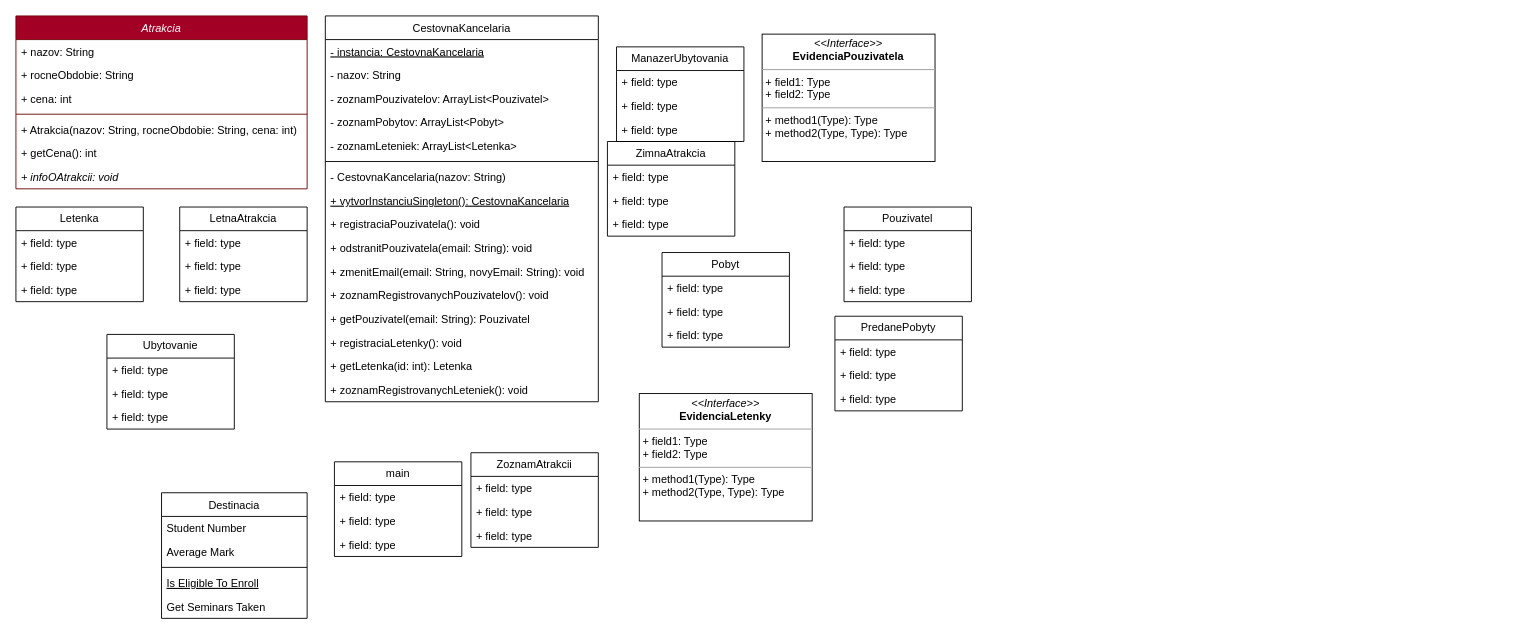
Above: src/zadanie/Cestovna_kancelaria.drawio in Marek243-sk/ZadanieANIS2 (draw.io), before the change. Source tidied: cells renumbered, new cells numbered last; positions are measured from the earlier drawing's top-left corner, leaving out a move shared by most shapes. Both pictures are drawn from the tidied source at 91%, with x=0, y=0 at pixel (15, 15).
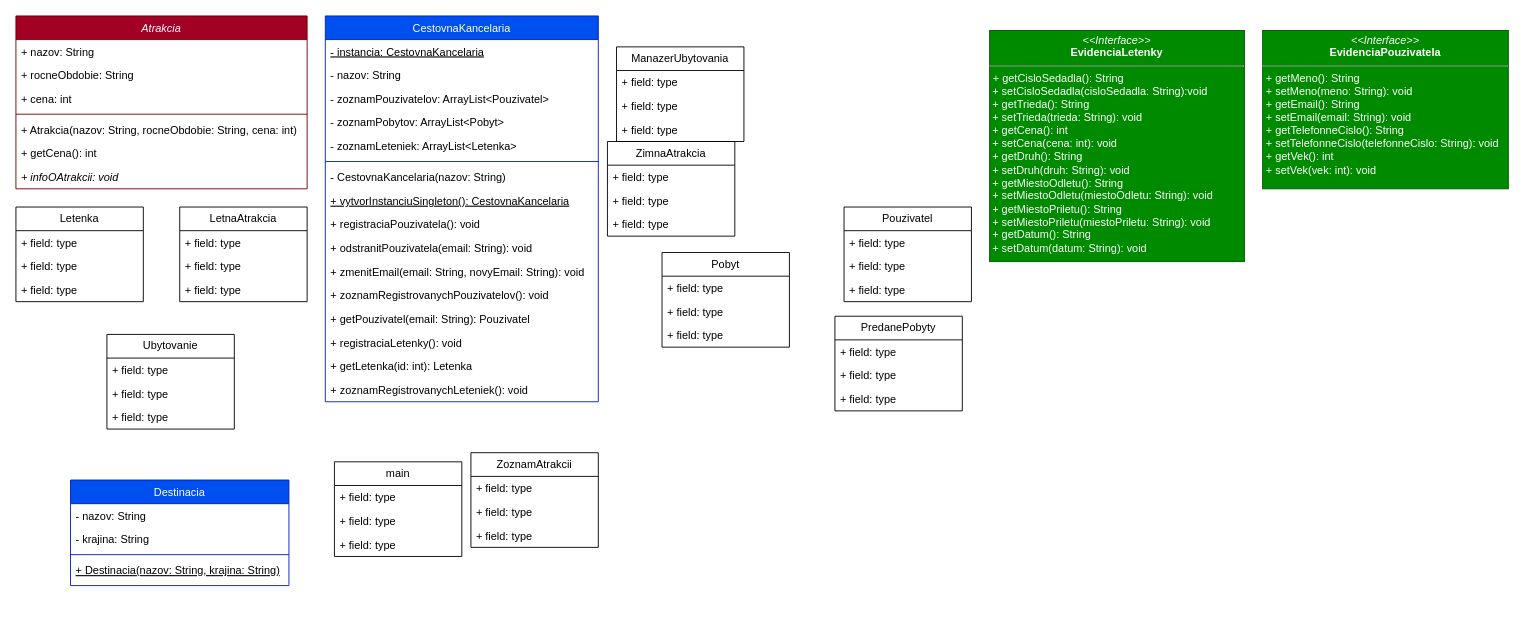
The same diagram, later.

Change to the diagram source:
```diff
@@
-    <mxCell id="10" value="Destinacia" style="swimlane;fontStyle=0;align=center;verticalAlign=top;horizontal=1;startSize=26;rounded=0;shadow=0;strokeWidth=1;" parent="1" vertex="1">
-      <mxGeometry x="160" y="524" width="160" height="138" as="geometry" />
+    <mxCell id="10" value="Destinacia" style="swimlane;fontStyle=0;align=center;verticalAlign=top;horizontal=1;startSize=26;rounded=0;shadow=0;strokeWidth=1;fillColor=#0050ef;fontColor=#ffffff;strokeColor=#001DBC;" parent="1" vertex="1">
+      <mxGeometry x="60" y="510" width="240" height="116" as="geometry" />
     </mxCell>
-    <mxCell id="11" value="Student Number" style="text;align=left;verticalAlign=top;spacingLeft=4;spacingRight=4;overflow=hidden;" parent="10" vertex="1">
-      <mxGeometry y="26" width="160" height="26" as="geometry" />
+    <mxCell id="11" value="- nazov: String" style="text;align=left;verticalAlign=top;spacingLeft=4;spacingRight=4;overflow=hidden;" parent="10" vertex="1">
+      <mxGeometry y="26" width="240" height="26" as="geometry" />
     </mxCell>
-    <mxCell id="12" value="Average Mark" style="text;align=left;verticalAlign=top;spacingLeft=4;spacingRight=4;overflow=hidden;rounded=0;shadow=0;html=0;" parent="10" vertex="1">
-      <mxGeometry y="52" width="160" height="26" as="geometry" />
+    <mxCell id="12" value="- krajina: String" style="text;align=left;verticalAlign=top;spacingLeft=4;spacingRight=4;overflow=hidden;rounded=0;shadow=0;html=0;" parent="10" vertex="1">
+      <mxGeometry y="52" width="240" height="26" as="geometry" />
     </mxCell>
-    <mxCell id="13" style="line;html=1;strokeWidth=1;align=left;verticalAlign=middle;spacingTop=-1;spacingLeft=3;spacingRight=3;labelPosition=right;" parent="10" vertex="1">
-      <mxGeometry y="78" width="160" height="8" as="geometry" />
+    <mxCell id="13" style="line;html=1;strokeWidth=1;align=left;verticalAlign=middle;spacingTop=-1;spacingLeft=3;spacingRight=3;labelPosition=right;fillColor=#0050ef;fontColor=#ffffff;strokeColor=#001DBC;" parent="10" vertex="1">
+      <mxGeometry y="78" width="240" height="8" as="geometry" />
     </mxCell>
-    <mxCell id="14" value="Is Eligible To Enroll" style="text;align=left;verticalAlign=top;spacingLeft=4;spacingRight=4;overflow=hidden;fontStyle=4;" parent="10" vertex="1">
-      <mxGeometry y="86" width="160" height="26" as="geometry" />
+    <mxCell id="14" value="+ Destinacia(nazov: String, krajina: String)" style="text;align=left;verticalAlign=top;spacingLeft=4;spacingRight=4;overflow=hidden;fontStyle=4;" parent="10" vertex="1">
+      <mxGeometry y="86" width="240" height="26" as="geometry" />
     </mxCell>
-    <mxCell id="15" value="Get Seminars Taken" style="text;align=left;verticalAlign=top;spacingLeft=4;spacingRight=4;overflow=hidden;" parent="10" vertex="1">
-      <mxGeometry y="112" width="160" height="26" as="geometry" />
-    </mxCell>
-    <mxCell id="16" value="CestovnaKancelaria" style="swimlane;fontStyle=0;align=center;verticalAlign=top;horizontal=1;startSize=26;rounded=0;shadow=0;strokeWidth=1;" parent="1" vertex="1">
+    <mxCell id="16" value="CestovnaKancelaria" style="swimlane;fontStyle=0;align=center;verticalAlign=top;horizontal=1;startSize=26;rounded=0;shadow=0;strokeWidth=1;fillColor=#0050ef;fontColor=#ffffff;strokeColor=#001DBC;" parent="1" vertex="1">
       <mxGeometry x="340" width="300" height="424" as="geometry" />
     </mxCell>
@@
-    <mxCell id="22" style="line;html=1;strokeWidth=1;align=left;verticalAlign=middle;spacingTop=-1;spacingLeft=3;spacingRight=3;labelPosition=right;" parent="16" vertex="1">
+    <mxCell id="22" style="line;html=1;strokeWidth=1;align=left;verticalAlign=middle;spacingTop=-1;spacingLeft=3;spacingRight=3;labelPosition=right;fillColor=#0050ef;fontColor=#ffffff;strokeColor=#001DBC;" parent="16" vertex="1">
       <mxGeometry y="156" width="300" height="8" as="geometry" />
     </mxCell>
@@
-    <mxCell id="33" value="&lt;p style=&quot;margin:0px;margin-top:4px;text-align:center;&quot;&gt;&lt;i&gt;&amp;lt;&amp;lt;Interface&amp;gt;&amp;gt;&lt;/i&gt;&lt;br&gt;&lt;b&gt;EvidenciaLetenky&lt;/b&gt;&lt;/p&gt;&lt;hr size=&quot;1&quot;&gt;&lt;p style=&quot;margin:0px;margin-left:4px;&quot;&gt;+ field1: Type&lt;br&gt;+ field2: Type&lt;/p&gt;&lt;hr size=&quot;1&quot;&gt;&lt;p style=&quot;margin:0px;margin-left:4px;&quot;&gt;+ method1(Type): Type&lt;br&gt;+ method2(Type, Type): Type&lt;/p&gt;" style="verticalAlign=top;align=left;overflow=fill;fontSize=12;fontFamily=Helvetica;html=1;whiteSpace=wrap;" parent="1" vertex="1">
-      <mxGeometry x="685" y="415" width="190" height="140" as="geometry" />
+    <mxCell id="33" value="&lt;p style=&quot;margin:0px;margin-top:4px;text-align:center;&quot;&gt;&lt;i&gt;&amp;lt;&amp;lt;Interface&amp;gt;&amp;gt;&lt;/i&gt;&lt;br&gt;&lt;b&gt;EvidenciaPouzivatela&lt;/b&gt;&lt;/p&gt;&lt;hr size=&quot;1&quot;&gt;&lt;p style=&quot;margin:0px;margin-left:4px;&quot;&gt;+ getMeno(): String&lt;br&gt;+ setMeno(meno: String): void&lt;/p&gt;&lt;p style=&quot;margin:0px;margin-left:4px;&quot;&gt;+ getEmail(): String&lt;/p&gt;&lt;p style=&quot;margin:0px;margin-left:4px;&quot;&gt;+ setEmail(email: String): void&lt;/p&gt;&lt;p style=&quot;margin:0px;margin-left:4px;&quot;&gt;+ getTelefonneCislo(): String&lt;/p&gt;&lt;p style=&quot;margin:0px;margin-left:4px;&quot;&gt;+ setTelefonneCislo(telefonneCislo: String): void&lt;/p&gt;&lt;p style=&quot;margin:0px;margin-left:4px;&quot;&gt;+ getVek(): int&lt;/p&gt;&lt;p style=&quot;margin:0px;margin-left:4px;&quot;&gt;+ setVek(vek: int): void&lt;/p&gt;" style="verticalAlign=top;align=left;overflow=fill;fontSize=12;fontFamily=Helvetica;html=1;whiteSpace=wrap;fillColor=#008a00;fontColor=#ffffff;strokeColor=#005700;" parent="1" vertex="1">
+      <mxGeometry x="1370" y="16" width="270" height="174" as="geometry" />
     </mxCell>
-    <mxCell id="34" value="&lt;p style=&quot;margin:0px;margin-top:4px;text-align:center;&quot;&gt;&lt;i&gt;&amp;lt;&amp;lt;Interface&amp;gt;&amp;gt;&lt;/i&gt;&lt;br&gt;&lt;b&gt;EvidenciaPouzivatela&lt;/b&gt;&lt;/p&gt;&lt;hr size=&quot;1&quot;&gt;&lt;p style=&quot;margin:0px;margin-left:4px;&quot;&gt;+ field1: Type&lt;br&gt;+ field2: Type&lt;/p&gt;&lt;hr size=&quot;1&quot;&gt;&lt;p style=&quot;margin:0px;margin-left:4px;&quot;&gt;+ method1(Type): Type&lt;br&gt;+ method2(Type, Type): Type&lt;/p&gt;" style="verticalAlign=top;align=left;overflow=fill;fontSize=12;fontFamily=Helvetica;html=1;whiteSpace=wrap;" parent="1" vertex="1">
-      <mxGeometry x="820" y="20" width="190" height="140" as="geometry" />
+    <mxCell id="34" value="&lt;p style=&quot;margin:0px;margin-top:4px;text-align:center;&quot;&gt;&lt;i&gt;&amp;lt;&amp;lt;Interface&amp;gt;&amp;gt;&lt;/i&gt;&lt;br&gt;&lt;b&gt;EvidenciaLetenky&lt;/b&gt;&lt;/p&gt;&lt;hr size=&quot;1&quot;&gt;&lt;p style=&quot;margin:0px;margin-left:4px;&quot;&gt;&lt;/p&gt;&lt;p style=&quot;margin:0px;margin-left:4px;&quot;&gt;+ getCisloSedadla(): String&lt;br&gt;&lt;/p&gt;&lt;div&gt;&amp;nbsp;+ setCisloSedadla(cisloSedadla: String):void&lt;/div&gt;&lt;div&gt;&amp;nbsp;+ getTrieda(): String&lt;/div&gt;&lt;div&gt;&amp;nbsp;+ setTrieda(trieda: String): void&lt;/div&gt;&lt;div&gt;&amp;nbsp;+ getCena(): int&lt;/div&gt;&lt;div&gt;&amp;nbsp;+ setCena(cena: int): void&lt;/div&gt;&lt;div&gt;&amp;nbsp;+ getDruh(): String&lt;/div&gt;&lt;div&gt;&amp;nbsp;+ setDruh(druh: String): void&lt;/div&gt;&lt;div&gt;&amp;nbsp;+ getMiestoOdletu(): String&lt;/div&gt;&lt;div&gt;&amp;nbsp;+ setMiestoOdletu(miestoOdletu: String): void&lt;/div&gt;&lt;div&gt;&amp;nbsp;+ getMiestoPriletu(): String&lt;/div&gt;&lt;div&gt;&amp;nbsp;+ setMiestoPriletu(miestoPriletu: String): void&lt;/div&gt;&lt;div&gt;&amp;nbsp;+ getDatum(): String&lt;/div&gt;&lt;div&gt;&amp;nbsp;+ setDatum(datum: String): void&lt;/div&gt;" style="verticalAlign=top;align=left;overflow=fill;fontSize=12;fontFamily=Helvetica;html=1;whiteSpace=wrap;fillColor=#008a00;fontColor=#ffffff;strokeColor=#005700;" parent="1" vertex="1">
+      <mxGeometry x="1070" y="16" width="280" height="254" as="geometry" />
     </mxCell>
```
